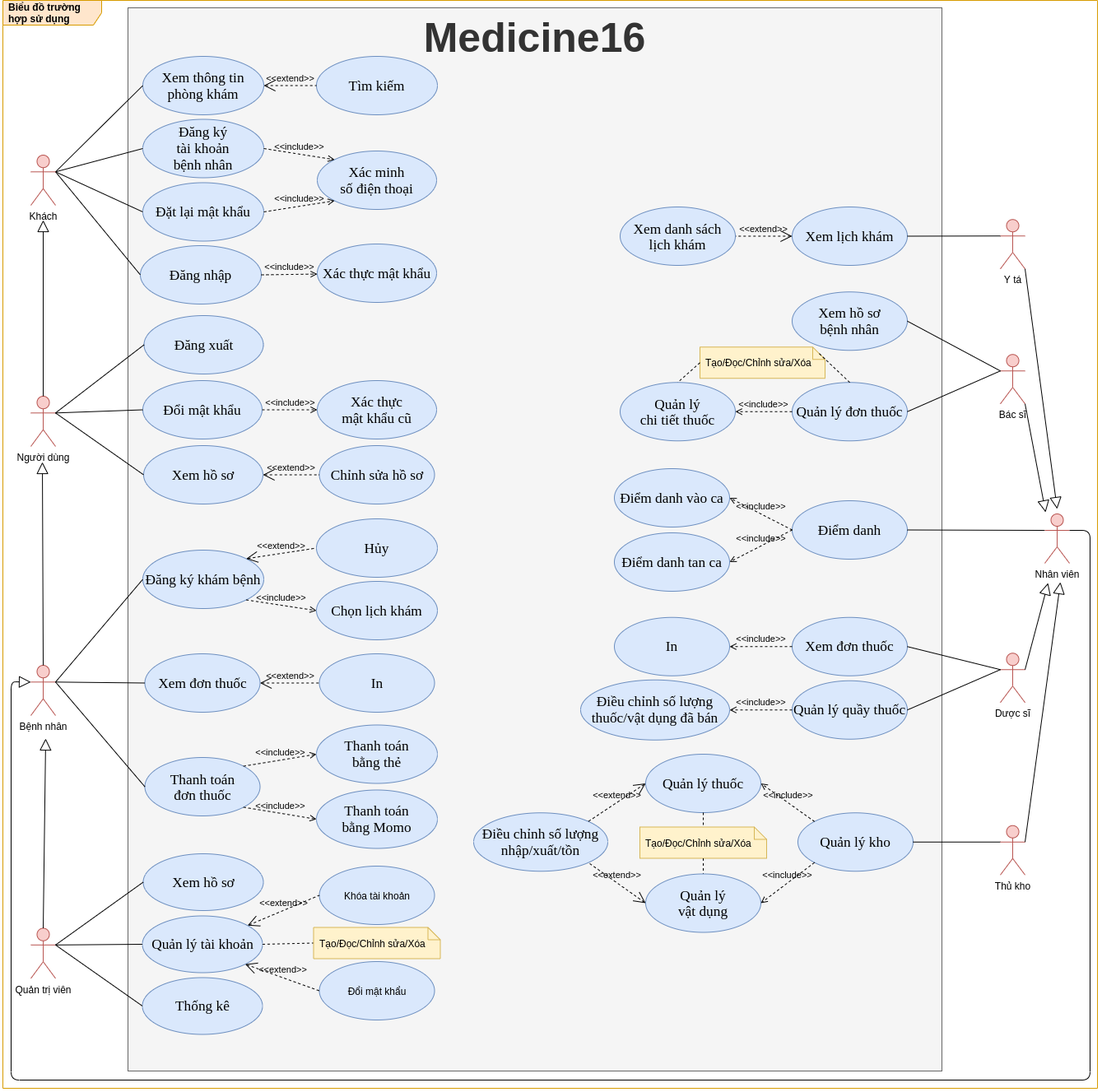
Before: images/Use Case Diagram.png, a diagram exported from draw.io (luclegen/medicine16). Source tidied: cells renumbered, new cells last; positions are measured from the earlier drawing's top-left corner, leaving out a move shared by most shapes.
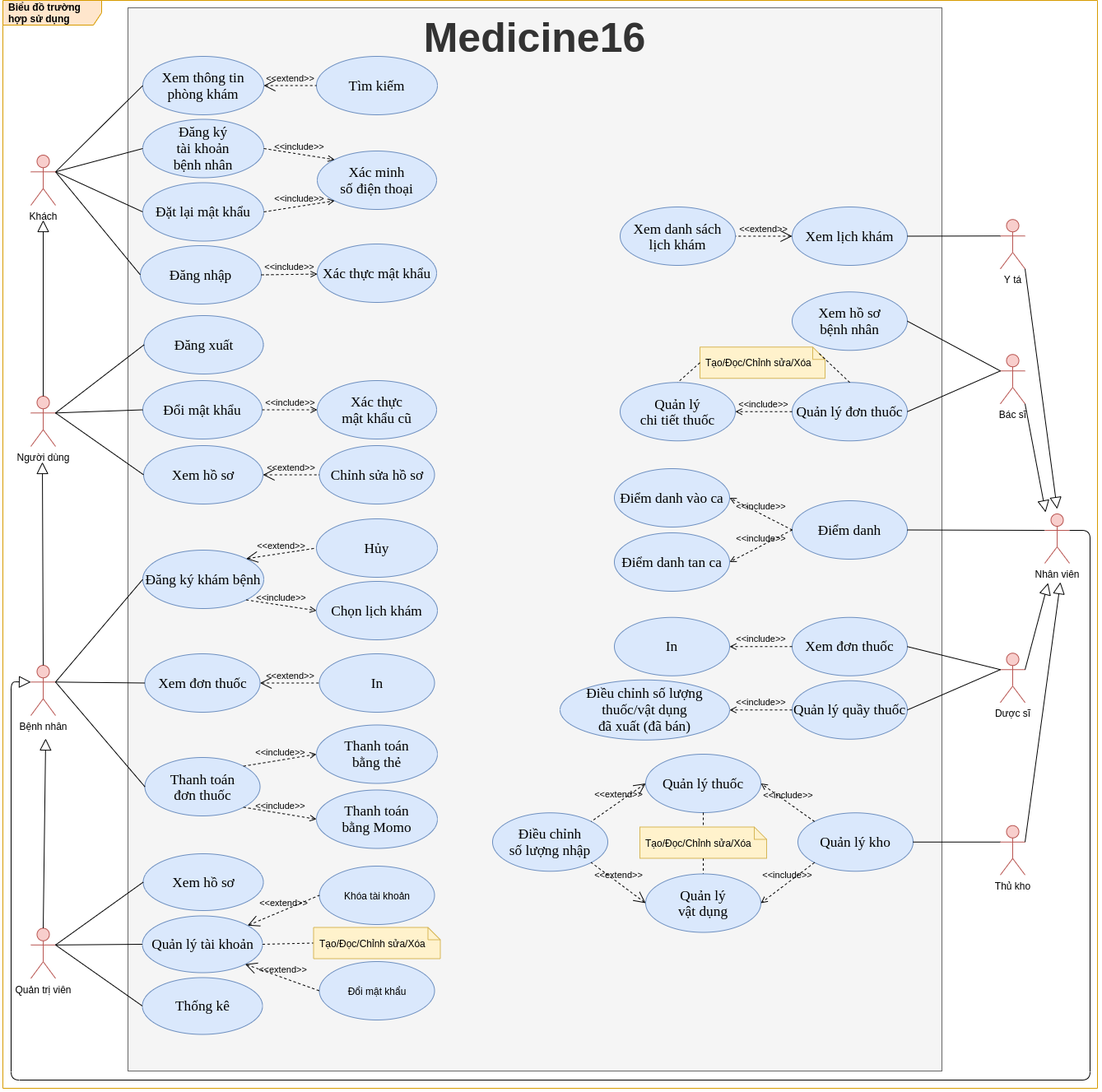
After the commit.

Commit message:
Update Use Case Diagram

Diff of the diagram source:
```diff
@@ -237,8 +237,8 @@
     <mxCell id="78" style="edgeStyle=none;html=1;endArrow=none;verticalAlign=bottom;exitX=0;exitY=0.3333333333333333;exitDx=0;exitDy=0;exitPerimeter=0;entryX=1;entryY=0.5;entryDx=0;entryDy=0;" parent="1" edge="1" source="72" target="77">
       <mxGeometry relative="1" as="geometry" />
     </mxCell>
-    <mxCell id="79" value="&lt;span style=&quot;font-family: &amp;#34;times new roman&amp;#34; , serif ; font-size: 17.3333px&quot;&gt;Điều chỉnh số lượng thuốc/vật dụng đã bán&lt;/span&gt;" style="ellipse;whiteSpace=wrap;html=1;fillColor=#dae8fc;strokeColor=#6c8ebf;" parent="1" vertex="1">
-      <mxGeometry x="702" y="825.8" width="181" height="73" as="geometry" />
+    <mxCell id="79" value="&lt;span style=&quot;font-family: &amp;#34;times new roman&amp;#34; , serif ; font-size: 17.3333px&quot;&gt;Điều chỉnh số lượng thuốc/vật dụng&lt;br&gt;đã xuất (đã bán)&lt;/span&gt;" style="ellipse;whiteSpace=wrap;html=1;fillColor=#dae8fc;strokeColor=#6c8ebf;" parent="1" vertex="1">
+      <mxGeometry x="677" y="825.8" width="206" height="73" as="geometry" />
     </mxCell>
     <mxCell id="80" value="&amp;lt;&amp;lt;include&amp;gt;&amp;gt;" style="edgeStyle=none;html=1;endArrow=open;verticalAlign=bottom;dashed=1;labelBackgroundColor=none;entryX=1;entryY=0.5;entryDx=0;entryDy=0;exitX=0;exitY=0.5;exitDx=0;exitDy=0;" parent="1" edge="1" source="77" target="79">
       <mxGeometry relative="1" as="geometry" />
@@ -252,14 +252,14 @@
     <mxCell id="83" value="Thủ kho" style="shape=umlActor;verticalLabelPosition=bottom;verticalAlign=top;html=1;fillColor=#f8cecc;strokeColor=#b85450;" parent="1" vertex="1">
       <mxGeometry x="1212" y="1002.8" width="30" height="60" as="geometry" />
     </mxCell>
-    <mxCell id="84" value="&lt;span lang=&quot;EN-US&quot; style=&quot;font-size: 13.0pt ; line-height: 115% ; font-family: &amp;#34;times new roman&amp;#34; , serif&quot;&gt;Quản&lt;/span&gt;&lt;span style=&quot;font-size: 13.0pt ; line-height: 115% ; font-family: &amp;#34;times new roman&amp;#34; , serif&quot;&gt; lý thuốc&lt;/span&gt;" style="ellipse;whiteSpace=wrap;html=1;fillColor=#dae8fc;strokeColor=#6c8ebf;" parent="1" vertex="1">
+    <mxCell id="84" value="&lt;span lang=&quot;EN-US&quot; style=&quot;font-size: 13.0pt ; line-height: 115% ; font-family: &amp;#34;times new roman&amp;#34; , serif&quot;&gt;Quản&lt;/span&gt;&lt;span style=&quot;font-size: 13.0pt ; line-height: 115% ; font-family: &amp;#34;times new roman&amp;#34; , serif&quot;&gt; lý thuốc&lt;br&gt;&lt;/span&gt;" style="ellipse;whiteSpace=wrap;html=1;fillColor=#dae8fc;strokeColor=#6c8ebf;" parent="1" vertex="1">
       <mxGeometry x="781" y="916" width="140" height="71" as="geometry" />
     </mxCell>
     <mxCell id="85" value="&amp;lt;&amp;lt;include&amp;gt;&amp;gt;" style="edgeStyle=none;html=1;endArrow=open;verticalAlign=bottom;dashed=1;labelBackgroundColor=none;entryX=1;entryY=0.5;entryDx=0;entryDy=0;exitX=0;exitY=0;exitDx=0;exitDy=0;" parent="1" edge="1" source="81" target="84">
       <mxGeometry relative="1" as="geometry" />
     </mxCell>
-    <mxCell id="86" value="&lt;span style=&quot;font-family: &amp;#34;times new roman&amp;#34; , serif ; font-size: 17.3333px&quot;&gt;Điều chỉnh số lượng nhập/xuất/tồn&lt;/span&gt;" style="ellipse;whiteSpace=wrap;html=1;fillColor=#dae8fc;strokeColor=#6c8ebf;" parent="1" vertex="1">
-      <mxGeometry x="572" y="987.2" width="163" height="71" as="geometry" />
+    <mxCell id="86" value="&lt;span style=&quot;font-family: &amp;#34;times new roman&amp;#34; , serif ; font-size: 17.3333px&quot;&gt;Điều chỉnh&lt;br&gt;số lượng nhập&lt;/span&gt;" style="ellipse;whiteSpace=wrap;html=1;fillColor=#dae8fc;strokeColor=#6c8ebf;" parent="1" vertex="1">
+      <mxGeometry x="595" y="987.2" width="140" height="71" as="geometry" />
     </mxCell>
     <mxCell id="87" value="&amp;lt;&amp;lt;extend&amp;gt;&amp;gt;" style="edgeStyle=none;html=1;startArrow=open;endArrow=none;startSize=12;verticalAlign=bottom;dashed=1;labelBackgroundColor=none;entryX=1;entryY=0;entryDx=0;entryDy=0;exitX=0;exitY=0.5;exitDx=0;exitDy=0;" parent="1" edge="1" source="84" target="86">
       <mxGeometry relative="1" as="geometry" />
```
